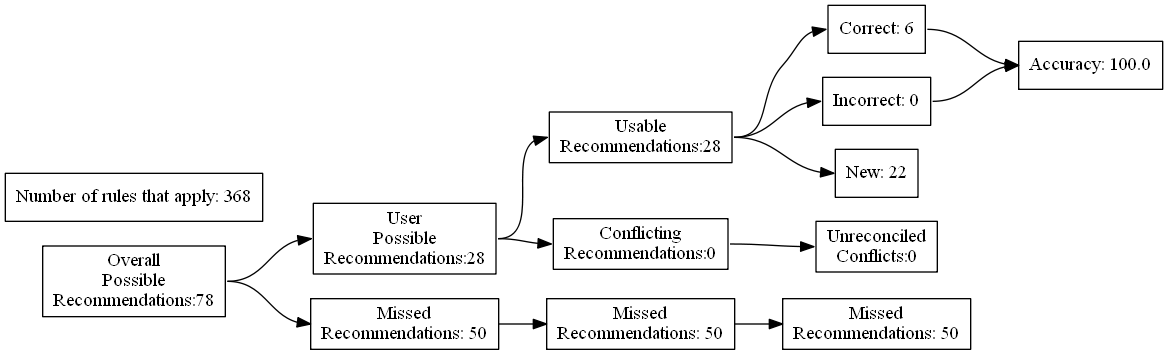
The Graphviz diagram test_renders/33.gv.png in ZaxR/ibd_diet_analysis, before a commit. Its source is kept beside it as test_renders/33.gv.
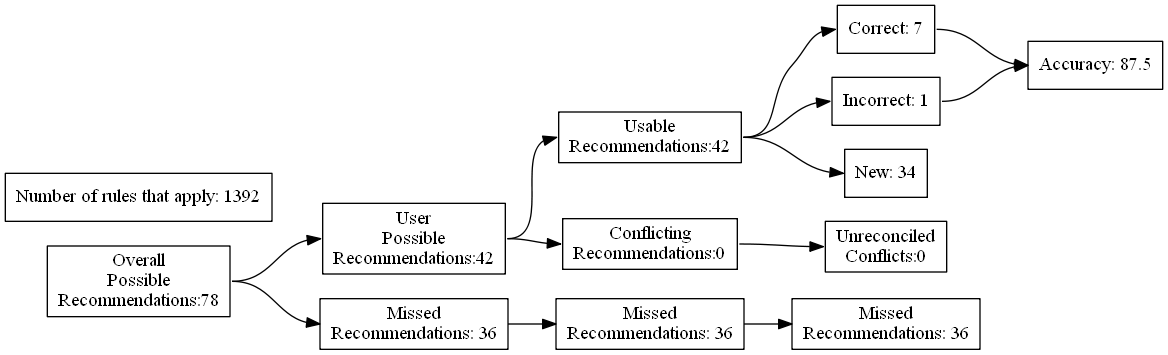
Later version of the same file.

Diff of the diagram source:
```diff
@@ -7,24 +7,24 @@
 Recommendations:78"]
 		B [label="User
 Possible
-Recommendations:28"]
+Recommendations:42"]
 		C [label="Missed
-Recommendations: 50"]
+Recommendations: 36"]
 		D [label="Usable
-Recommendations:28"]
+Recommendations:42"]
 		E [label="Conflicting
 Recommendations:0"]
 		J [label="Missed
-Recommendations: 50"]
+Recommendations: 36"]
 		M [label="Unreconciled
 Conflicts:0"]
-		F [label="Correct: 6"]
-		G [label="Incorrect: 0"]
-		H [label="New: 22"]
+		F [label="Correct: 7"]
+		G [label="Incorrect: 1"]
+		H [label="New: 34"]
 		K [label="Missed
-Recommendations: 50"]
-		I [label="Accuracy: 100.0"]
-		l [label="Number of rules that apply: 368"]
+Recommendations: 36"]
+		I [label="Accuracy: 87.5"]
+		l [label="Number of rules that apply: 1392"]
 			A -> B
 			A -> C
 			B -> D
```
